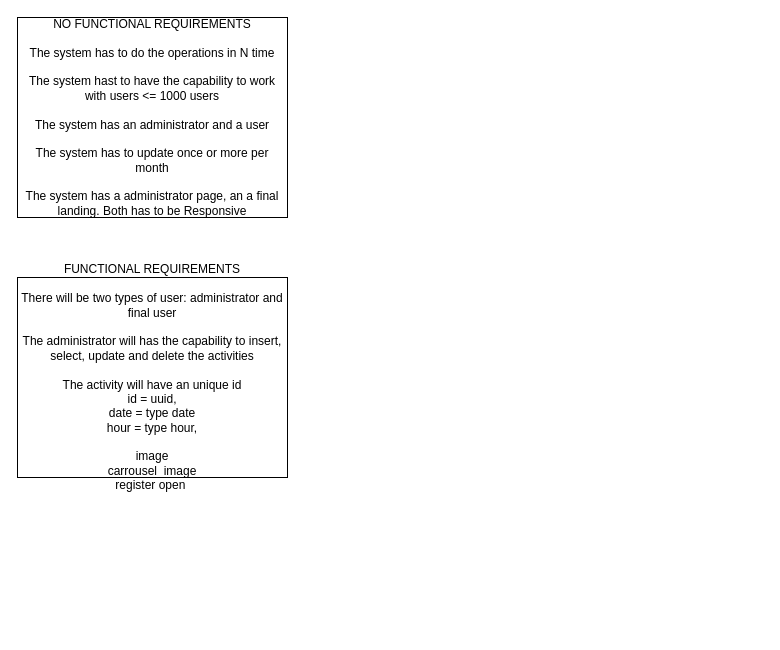
RavenAoiffe/AmeyalliYanez keeps this draw.io diagram as build/img/Diagrama sin título.drawio. Above is the earlier version. Source tidied: cells renumbered, new cells numbered last; positions are measured from the earlier drawing's top-left corner, leaving out a move shared by most shapes. Both pictures are drawn from the tidied source at 100%, with x=0, y=0 at pixel (17, 17).
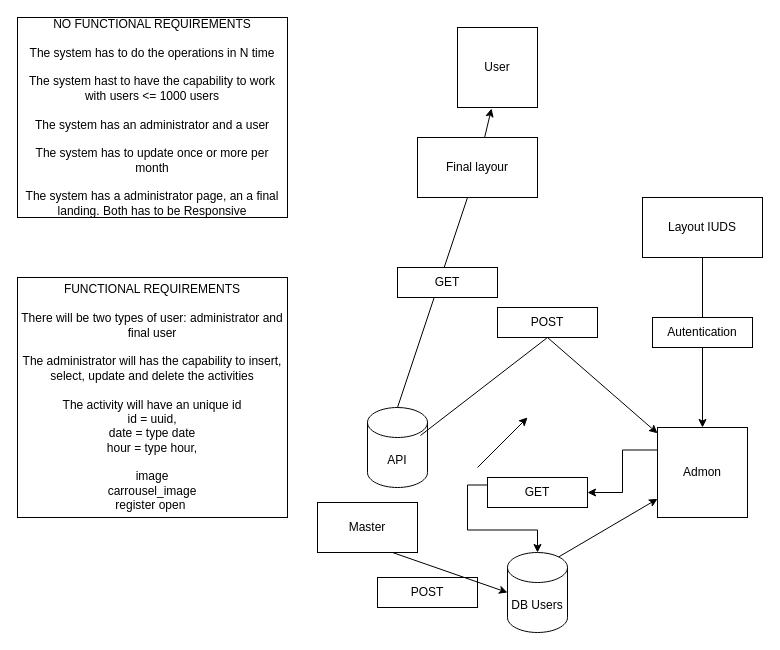
The same diagram, later.

The edit, as a diff of the source:
```diff
@@
     <mxCell id="3" value="FUNCTIONAL REQUIREMENTS&lt;br&gt;&lt;br&gt;There will be two types of user: administrator and final user&lt;br&gt;&lt;br&gt;The administrator will has the capability to insert, select, update and delete the activities&lt;br&gt;&lt;br&gt;The activity will have an unique id&lt;br&gt;id = uuid,&lt;br&gt;date = type date&lt;br&gt;hour = type hour,&lt;br&gt;&lt;br&gt;image&lt;br&gt;carrousel_image&lt;br&gt;register open&amp;nbsp;&lt;br&gt;" style="rounded=0;whiteSpace=wrap;html=1;" parent="1" vertex="1">
-      <mxGeometry y="260" width="270" height="200" as="geometry" />
+      <mxGeometry y="260" width="270" height="240" as="geometry" />
     </mxCell>
+    <mxCell id="4" value="User" style="whiteSpace=wrap;html=1;" parent="1" vertex="1">
+      <mxGeometry x="440" y="10" width="80" height="80" as="geometry" />
+    </mxCell>
+    <mxCell id="5" value="Final layour" style="rounded=0;whiteSpace=wrap;html=1;" parent="1" vertex="1">
+      <mxGeometry x="400" y="120" width="120" height="60" as="geometry" />
+    </mxCell>
+    <mxCell id="6" value="API&lt;br&gt;" style="shape=cylinder3;whiteSpace=wrap;html=1;boundedLbl=1;backgroundOutline=1;size=15;" parent="1" vertex="1">
+      <mxGeometry x="350" y="390" width="60" height="80" as="geometry" />
+    </mxCell>
+    <mxCell id="7" style="endArrow=none;html=1;rounded=0;exitX=0.5;exitY=0;exitDx=0;exitDy=0;exitPerimeter=0;" parent="1" edge="1" source="6" target="5">
+      <mxGeometry relative="1" as="geometry" />
+    </mxCell>
+    <mxCell id="8" value="GET" style="rounded=0;whiteSpace=wrap;html=1;" parent="1" vertex="1">
+      <mxGeometry x="380" y="250" width="100" height="30" as="geometry" />
+    </mxCell>
+    <mxCell id="9" style="edgeStyle=orthogonalEdgeStyle;rounded=0;jettySize=auto;html=1;exitX=0;exitY=0.25;exitDx=0;exitDy=0;" parent="1" edge="1" source="23" target="15">
+      <mxGeometry relative="1" as="geometry" />
+    </mxCell>
+    <mxCell id="10" value="Admon" style="whiteSpace=wrap;html=1;" parent="1" vertex="1">
+      <mxGeometry x="640" y="410" width="90" height="90" as="geometry" />
+    </mxCell>
+    <mxCell id="11" value="POST" style="rounded=0;whiteSpace=wrap;html=1;" parent="1" vertex="1">
+      <mxGeometry x="480" y="290" width="100" height="30" as="geometry" />
+    </mxCell>
+    <mxCell id="12" value="Layout IUDS" style="rounded=0;whiteSpace=wrap;html=1;" parent="1" vertex="1">
+      <mxGeometry x="625" y="180" width="120" height="60" as="geometry" />
+    </mxCell>
+    <mxCell id="13" style="endArrow=classic;html=1;rounded=0;entryX=0.5;entryY=0;entryDx=0;entryDy=0;exitX=0.5;exitY=1;exitDx=0;exitDy=0;" parent="1" edge="1" source="12" target="10">
+      <mxGeometry relative="1" as="geometry" />
+    </mxCell>
+    <mxCell id="14" value="Autentication" style="rounded=0;whiteSpace=wrap;html=1;" parent="1" vertex="1">
+      <mxGeometry x="635" y="300" width="100" height="30" as="geometry" />
+    </mxCell>
+    <mxCell id="15" value="DB Users" style="shape=cylinder3;whiteSpace=wrap;html=1;boundedLbl=1;backgroundOutline=1;size=15;" parent="1" vertex="1">
+      <mxGeometry x="490" y="535" width="60" height="80" as="geometry" />
+    </mxCell>
+    <mxCell id="16" style="endArrow=classic;html=1;rounded=0;exitX=0.883;exitY=0.35;exitDx=0;exitDy=0;exitPerimeter=0;" parent="1" edge="1" source="6" target="10">
+      <mxGeometry relative="1" as="geometry">
+        <Array as="points">
+          <mxPoint x="530" y="320" />
+        </Array>
+      </mxGeometry>
+    </mxCell>
+    <mxCell id="17" style="endArrow=classic;html=1;rounded=0;exitX=0.855;exitY=0;exitDx=0;exitDy=4.35;exitPerimeter=0;" parent="1" edge="1" source="15" target="10">
+      <mxGeometry relative="1" as="geometry" />
+    </mxCell>
+    <mxCell id="18" value="Master" style="rounded=0;whiteSpace=wrap;html=1;" parent="1" vertex="1">
+      <mxGeometry x="300" y="485" width="100" height="50" as="geometry" />
+    </mxCell>
+    <mxCell id="19" value="POST" style="rounded=0;whiteSpace=wrap;html=1;" parent="1" vertex="1">
+      <mxGeometry x="360" y="560" width="100" height="30" as="geometry" />
+    </mxCell>
+    <mxCell id="20" style="endArrow=classic;html=1;rounded=0;entryX=0;entryY=0.5;entryDx=0;entryDy=0;entryPerimeter=0;exitX=0.75;exitY=1;exitDx=0;exitDy=0;" parent="1" edge="1" source="18" target="15">
+      <mxGeometry relative="1" as="geometry" />
+    </mxCell>
+    <mxCell id="21" style="endArrow=classic;html=1;rounded=0;" parent="1" edge="1">
+      <mxGeometry relative="1" as="geometry">
+        <mxPoint x="460" y="450" as="sourcePoint" />
+        <mxPoint x="510" y="400" as="targetPoint" />
+      </mxGeometry>
+    </mxCell>
+    <mxCell id="22" style="edgeStyle=orthogonalEdgeStyle;rounded=0;jettySize=auto;html=1;exitX=0;exitY=0.25;exitDx=0;exitDy=0;" parent="1" edge="1" source="10" target="23">
+      <mxGeometry relative="1" as="geometry" />
+    </mxCell>
+    <mxCell id="23" value="GET" style="rounded=0;whiteSpace=wrap;html=1;" parent="1" vertex="1">
+      <mxGeometry x="470" y="460" width="100" height="30" as="geometry" />
+    </mxCell>
+    <mxCell id="24" style="endArrow=classic;html=1;rounded=0;entryX=0.425;entryY=1.013;entryDx=0;entryDy=0;entryPerimeter=0;" parent="1" edge="1" source="5" target="4">
+      <mxGeometry relative="1" as="geometry" />
+    </mxCell>
```
